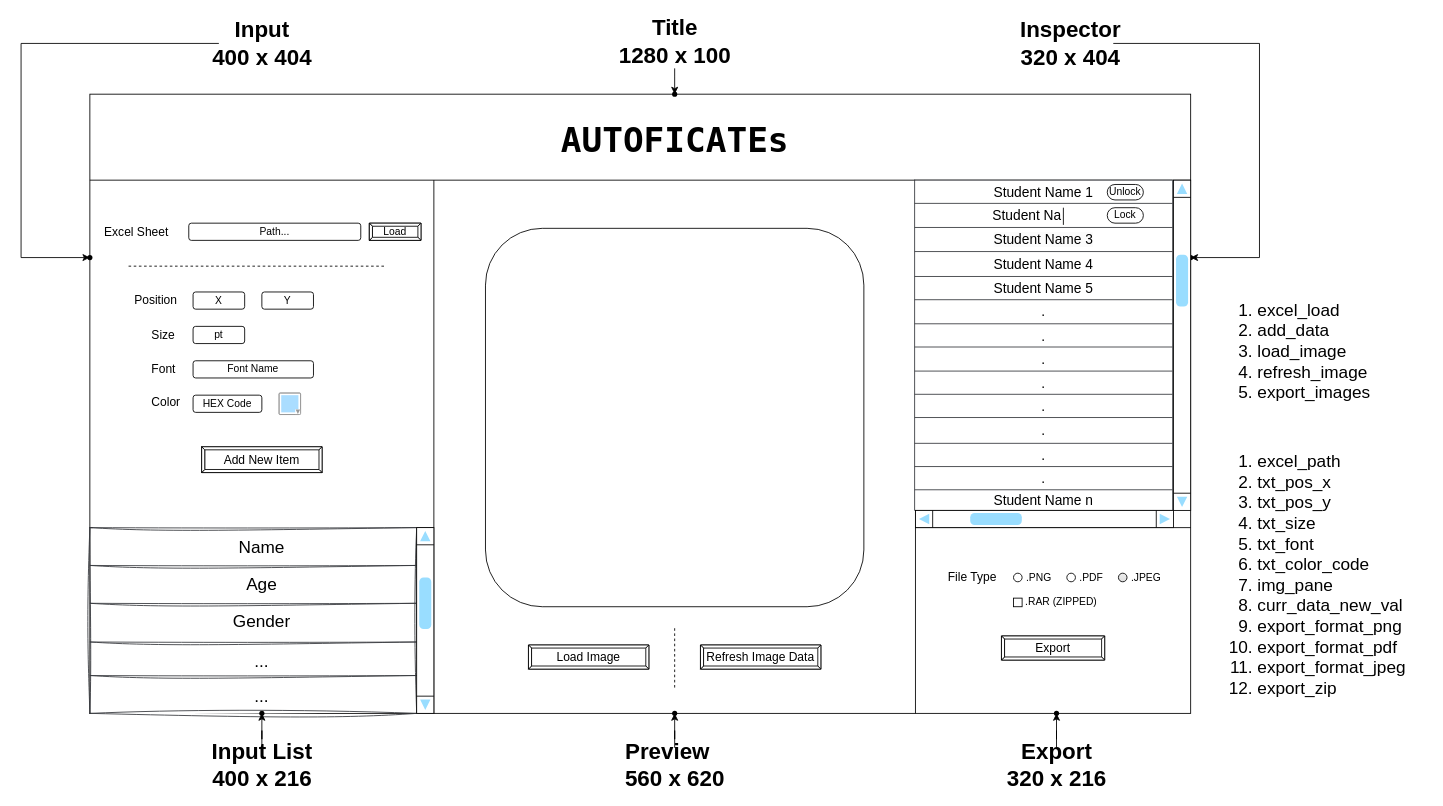
Above: Group/Autoficate/autoficate.drawio in DevSharma324/System-Designs (draw.io), before the change. Source tidied: cells renumbered, new cells numbered last; positions are measured from the earlier drawing's top-left corner, leaving out a move shared by most shapes. Both pictures are drawn from the tidied source at 86%, with x=0, y=0 at pixel (21, 26).
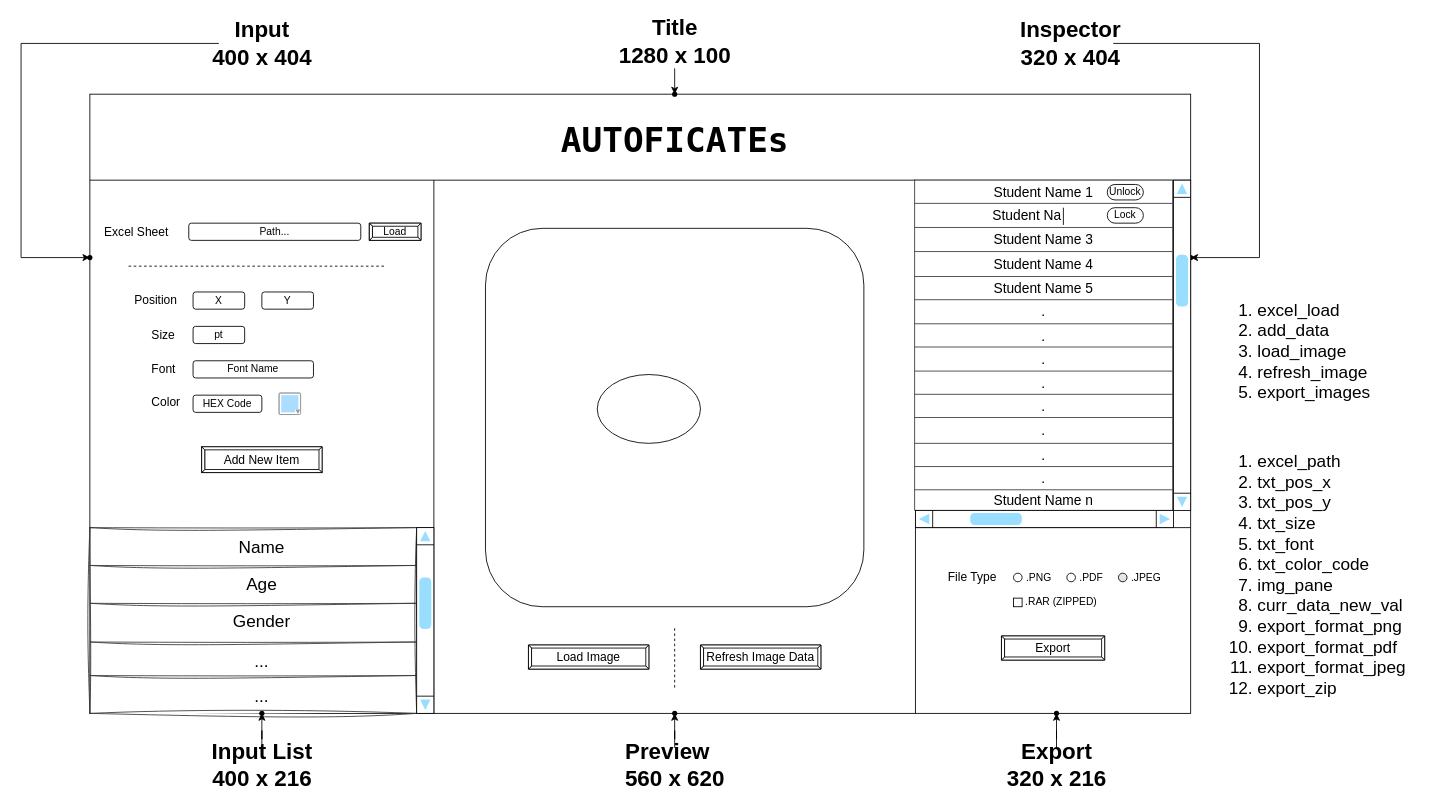
The same page after the edit.

The edit, as a diff of the source:
```diff
@@
+    <mxCell id="112" style="ellipse;whiteSpace=wrap;html=1;" parent="1" vertex="1">
+      <mxGeometry x="670" y="405" width="120" height="80" as="geometry" />
+    </mxCell>
```
